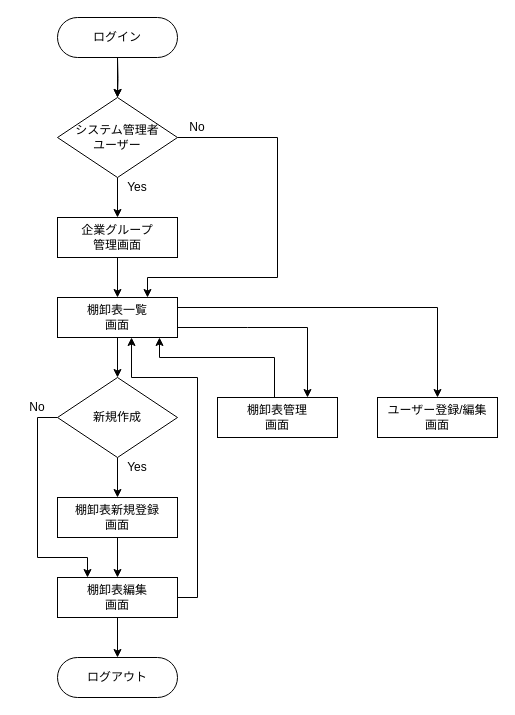
Earlier version of the draw.io diagram 名称未設定ファイル.drawio (yokokawa2625/test_bpm2). Source tidied: cells renumbered, new cells numbered last; positions are measured from the earlier drawing's top-left corner, leaving out a move shared by most shapes. Both pictures are drawn from the tidied source at 100%, with x=0, y=0 at pixel (17, 17).
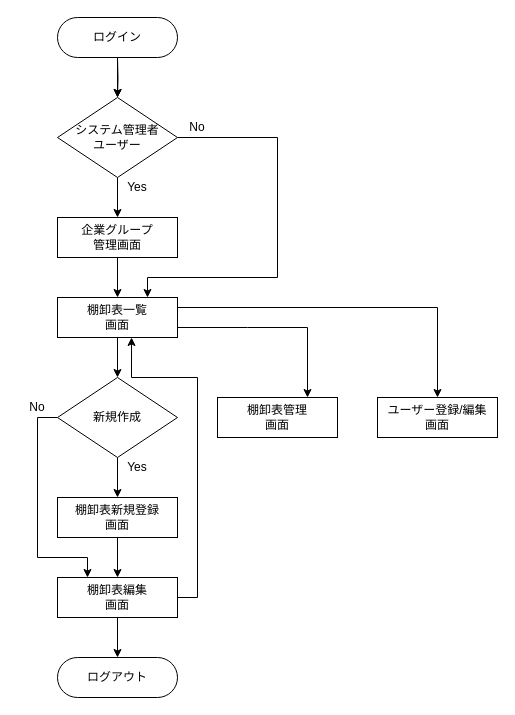
Above is the later version.

Commit message:
名称未設定ファイル.drawio を更新します

The change refers to these unchanged cells:
```xml
<mxCell id="9" value="棚卸表一覧&lt;br&gt;画面" style="rounded=0;whiteSpace=wrap;html=1;" parent="1" vertex="1">
  <mxGeometry x="40" y="280" width="120" height="40" as="geometry" />
</mxCell>
```

The edit, as a diff of the source:
```diff
@@
-    <mxCell id="10" style="edgeStyle=none;rounded=0;jettySize=auto;html=1;entryX=0.85;entryY=1;entryDx=0;entryDy=0;entryPerimeter=0;" parent="1" edge="1" target="9">
-      <mxGeometry relative="1" as="geometry">
-        <mxPoint x="257" y="390" as="sourcePoint" />
-        <Array as="points">
-          <mxPoint x="257" y="340" />
-          <mxPoint x="142" y="340" />
-        </Array>
-      </mxGeometry>
-    </mxCell>
```
